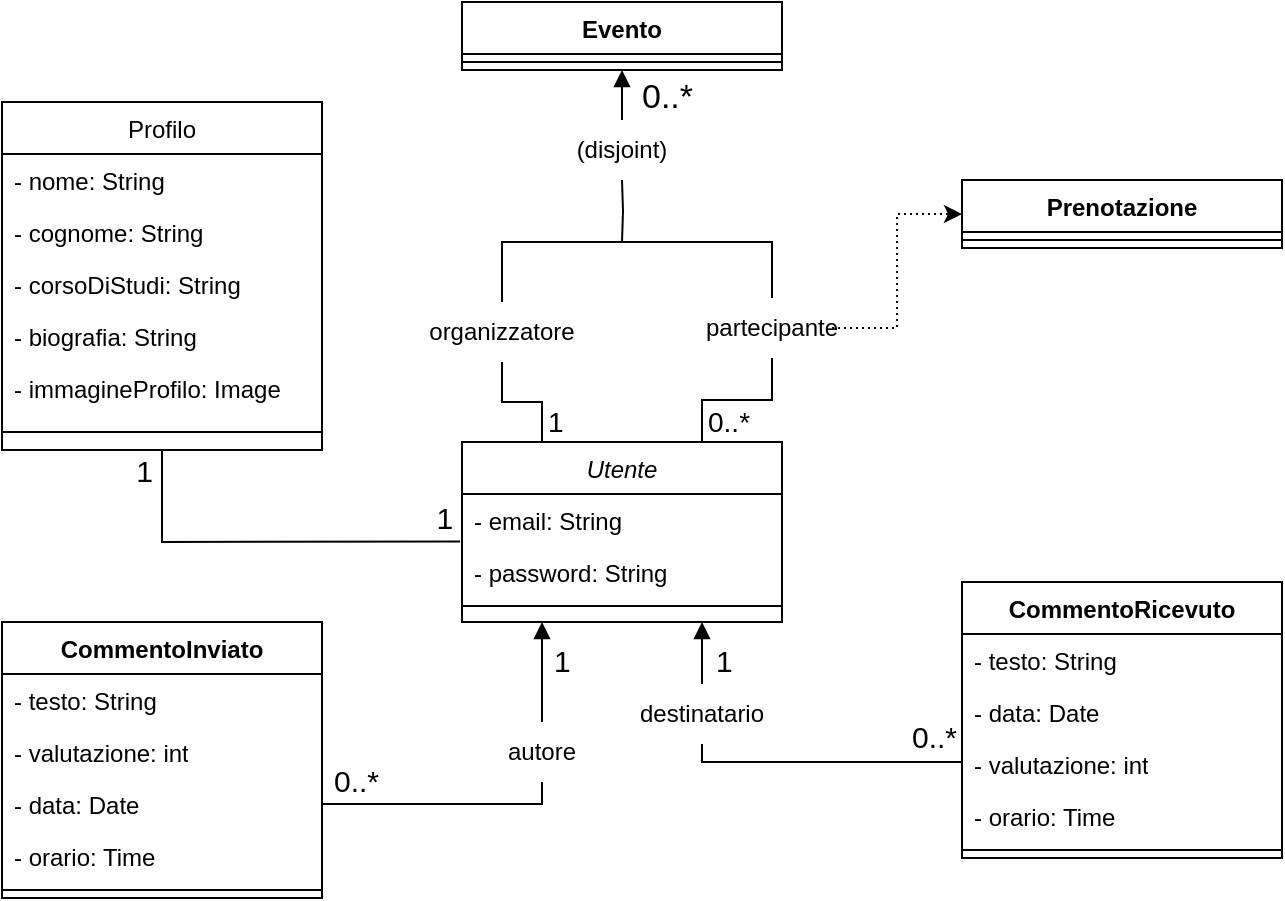
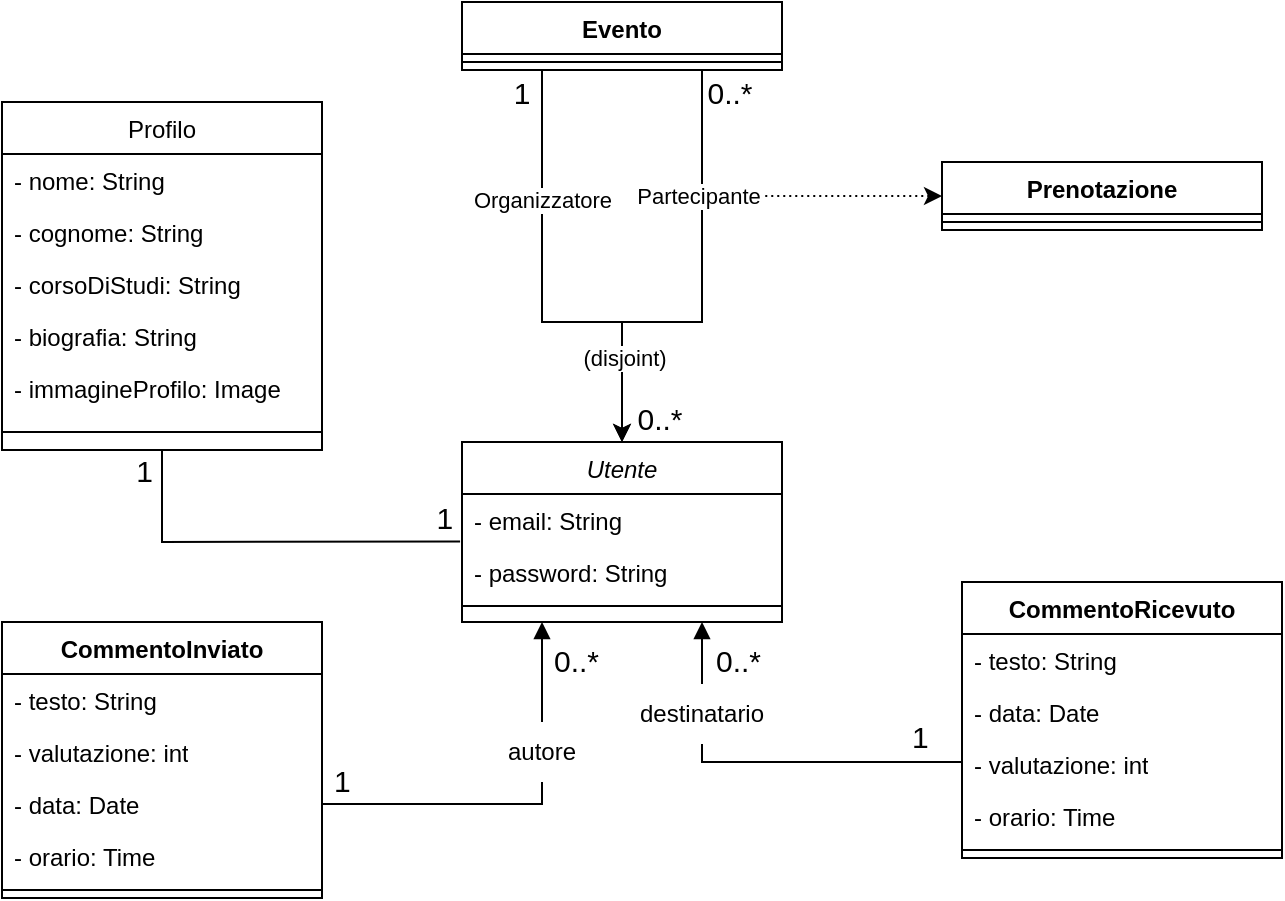
<mxfile host="app.diagrams.net">
  <diagram id="C5RBs43oDa-KdzZeNtuy" name="Page-1">
-     <mxGraphModel dx="1971" dy="1755" grid="1" gridSize="10" guides="1" tooltips="1" connect="1" arrows="1" fold="1" page="1" pageScale="1" pageWidth="827" pageHeight="1169" math="0" shadow="0">
+     <mxGraphModel dx="1563" dy="1545" grid="1" gridSize="10" guides="1" tooltips="1" connect="1" arrows="1" fold="1" page="1" pageScale="1" pageWidth="827" pageHeight="1169" math="0" shadow="0">
      <root>
        <mxCell id="WIyWlLk6GJQsqaUBKTNV-0" />
        <mxCell id="WIyWlLk6GJQsqaUBKTNV-1" parent="WIyWlLk6GJQsqaUBKTNV-0" />
        <mxCell id="zkfFHV4jXpPFQw0GAbJ--0" parent="WIyWlLk6GJQsqaUBKTNV-1" style="swimlane;fontStyle=2;align=center;verticalAlign=top;childLayout=stackLayout;horizontal=1;startSize=26;horizontalStack=0;resizeParent=1;resizeLast=0;collapsible=1;marginBottom=0;rounded=0;shadow=0;strokeWidth=1;" value="Utente" vertex="1">
          <mxGeometry height="90" width="160" x="220" y="120" as="geometry">
            <mxRectangle height="26" width="160" x="230" y="140" as="alternateBounds" />
          </mxGeometry>
        </mxCell>
        <mxCell id="zkfFHV4jXpPFQw0GAbJ--1" parent="zkfFHV4jXpPFQw0GAbJ--0" style="text;align=left;verticalAlign=top;spacingLeft=4;spacingRight=4;overflow=hidden;rotatable=0;points=[[0,0.5],[1,0.5]];portConstraint=eastwest;" value="- email: String" vertex="1">
          <mxGeometry height="26" width="160" y="26" as="geometry" />
        </mxCell>
        <mxCell id="zkfFHV4jXpPFQw0GAbJ--2" parent="zkfFHV4jXpPFQw0GAbJ--0" style="text;align=left;verticalAlign=top;spacingLeft=4;spacingRight=4;overflow=hidden;rotatable=0;points=[[0,0.5],[1,0.5]];portConstraint=eastwest;rounded=0;shadow=0;html=0;" value="- password: String" vertex="1">
          <mxGeometry height="26" width="160" y="52" as="geometry" />
        </mxCell>
        <mxCell id="zkfFHV4jXpPFQw0GAbJ--4" parent="zkfFHV4jXpPFQw0GAbJ--0" style="line;html=1;strokeWidth=1;align=left;verticalAlign=middle;spacingTop=-1;spacingLeft=3;spacingRight=3;rotatable=0;labelPosition=right;points=[];portConstraint=eastwest;" value="" vertex="1">
          <mxGeometry height="8" width="160" y="78" as="geometry" />
        </mxCell>
        <mxCell id="zkfFHV4jXpPFQw0GAbJ--17" parent="WIyWlLk6GJQsqaUBKTNV-1" style="swimlane;fontStyle=0;align=center;verticalAlign=top;childLayout=stackLayout;horizontal=1;startSize=26;horizontalStack=0;resizeParent=1;resizeLast=0;collapsible=1;marginBottom=0;rounded=0;shadow=0;strokeWidth=1;" value="Profilo" vertex="1">
          <mxGeometry height="174" width="160" x="-10" y="-50" as="geometry">
            <mxRectangle height="26" width="160" x="550" y="140" as="alternateBounds" />
          </mxGeometry>
        </mxCell>
        <mxCell id="A1KmLSKrQZBMBl_nuZv8-17" parent="zkfFHV4jXpPFQw0GAbJ--17" style="text;align=left;verticalAlign=top;spacingLeft=4;spacingRight=4;overflow=hidden;rotatable=0;points=[[0,0.5],[1,0.5]];portConstraint=eastwest;" value="- nome: String        " vertex="1">
          <mxGeometry height="26" width="160" y="26" as="geometry" />
        </mxCell>
        <mxCell id="zkfFHV4jXpPFQw0GAbJ--19" parent="zkfFHV4jXpPFQw0GAbJ--17" style="text;align=left;verticalAlign=top;spacingLeft=4;spacingRight=4;overflow=hidden;rotatable=0;points=[[0,0.5],[1,0.5]];portConstraint=eastwest;rounded=0;shadow=0;html=0;" value="- cognome: String" vertex="1">
          <mxGeometry height="26" width="160" y="52" as="geometry" />
        </mxCell>
        <mxCell id="zkfFHV4jXpPFQw0GAbJ--20" parent="zkfFHV4jXpPFQw0GAbJ--17" style="text;align=left;verticalAlign=top;spacingLeft=4;spacingRight=4;overflow=hidden;rotatable=0;points=[[0,0.5],[1,0.5]];portConstraint=eastwest;rounded=0;shadow=0;html=0;" value="- corsoDiStudi: String" vertex="1">
          <mxGeometry height="26" width="160" y="78" as="geometry" />
        </mxCell>
        <mxCell id="zkfFHV4jXpPFQw0GAbJ--21" parent="zkfFHV4jXpPFQw0GAbJ--17" style="text;align=left;verticalAlign=top;spacingLeft=4;spacingRight=4;overflow=hidden;rotatable=0;points=[[0,0.5],[1,0.5]];portConstraint=eastwest;rounded=0;shadow=0;html=0;" value="- biografia: String" vertex="1">
          <mxGeometry height="26" width="160" y="104" as="geometry" />
        </mxCell>
        <mxCell id="zkfFHV4jXpPFQw0GAbJ--22" parent="zkfFHV4jXpPFQw0GAbJ--17" style="text;align=left;verticalAlign=top;spacingLeft=4;spacingRight=4;overflow=hidden;rotatable=0;points=[[0,0.5],[1,0.5]];portConstraint=eastwest;rounded=0;shadow=0;html=0;" value="- immagineProfilo: Image" vertex="1">
          <mxGeometry height="26" width="160" y="130" as="geometry" />
        </mxCell>
        <mxCell id="zkfFHV4jXpPFQw0GAbJ--23" parent="zkfFHV4jXpPFQw0GAbJ--17" style="line;html=1;strokeWidth=1;align=left;verticalAlign=middle;spacingTop=-1;spacingLeft=3;spacingRight=3;rotatable=0;labelPosition=right;points=[];portConstraint=eastwest;" value="" vertex="1">
          <mxGeometry height="18" width="160" y="156" as="geometry" />
        </mxCell>
        <mxCell id="zkfFHV4jXpPFQw0GAbJ--26" edge="1" parent="WIyWlLk6GJQsqaUBKTNV-1" source="zkfFHV4jXpPFQw0GAbJ--2" style="endArrow=none;shadow=0;strokeWidth=1;rounded=0;curved=0;endFill=0;edgeStyle=elbowEdgeStyle;elbow=vertical;exitX=-0.006;exitY=-0.085;exitDx=0;exitDy=0;exitPerimeter=0;" target="zkfFHV4jXpPFQw0GAbJ--17" value="">
          <mxGeometry relative="1" x="0.5" y="41" as="geometry">
            <mxPoint x="-40" y="32" as="offset" />
            <Array as="points">
              <mxPoint x="70" y="170" />
            </Array>
            <mxPoint x="380" y="192" as="sourcePoint" />
            <mxPoint x="540" y="192" as="targetPoint" />
          </mxGeometry>
        </mxCell>
        <mxCell id="zkfFHV4jXpPFQw0GAbJ--27" connectable="0" parent="zkfFHV4jXpPFQw0GAbJ--26" style="resizable=0;align=left;verticalAlign=bottom;labelBackgroundColor=none;fontSize=15;" value="1" vertex="1">
          <mxGeometry relative="1" x="-1" as="geometry">
            <mxPoint x="-14" y="-2" as="offset" />
          </mxGeometry>
        </mxCell>
        <mxCell id="zkfFHV4jXpPFQw0GAbJ--28" connectable="0" parent="zkfFHV4jXpPFQw0GAbJ--26" style="resizable=0;align=right;verticalAlign=bottom;labelBackgroundColor=none;fontSize=15;" value="1" vertex="1">
          <mxGeometry relative="1" x="1" as="geometry">
            <mxPoint x="-3" y="20" as="offset" />
          </mxGeometry>
        </mxCell>
        <mxCell id="A1KmLSKrQZBMBl_nuZv8-25" edge="1" parent="WIyWlLk6GJQsqaUBKTNV-1" source="A1KmLSKrQZBMBl_nuZv8-31" style="endArrow=block;endFill=1;html=1;edgeStyle=orthogonalEdgeStyle;align=left;verticalAlign=top;rounded=0;entryX=0.25;entryY=1;entryDx=0;entryDy=0;" target="zkfFHV4jXpPFQw0GAbJ--0" value="">
          <mxGeometry relative="1" x="-1" as="geometry">
            <mxPoint x="240" y="300" as="sourcePoint" />
            <mxPoint x="400" y="300" as="targetPoint" />
          </mxGeometry>
        </mxCell>
-         <mxCell id="A1KmLSKrQZBMBl_nuZv8-28" connectable="0" parent="WIyWlLk6GJQsqaUBKTNV-1" style="edgeLabel;resizable=0;html=1;align=left;verticalAlign=bottom;" value="&lt;font style=&quot;font-size: 15px;&quot;&gt;1&lt;/font&gt;" vertex="1">
+         <mxCell id="A1KmLSKrQZBMBl_nuZv8-28" connectable="0" parent="WIyWlLk6GJQsqaUBKTNV-1" style="edgeLabel;resizable=0;html=1;align=left;verticalAlign=bottom;" value="&lt;font style=&quot;font-size: 15px;&quot;&gt;0..*&lt;/font&gt;" vertex="1">
          <mxGeometry x="264" y="240" as="geometry" />
        </mxCell>
        <mxCell id="A1KmLSKrQZBMBl_nuZv8-33" edge="1" parent="WIyWlLk6GJQsqaUBKTNV-1" source="A1KmLSKrQZBMBl_nuZv8-36" style="endArrow=block;endFill=1;html=1;edgeStyle=orthogonalEdgeStyle;align=left;verticalAlign=top;rounded=0;exitX=0.5;exitY=0;exitDx=0;exitDy=0;entryX=0.75;entryY=1;entryDx=0;entryDy=0;" target="zkfFHV4jXpPFQw0GAbJ--0" value="">
          <mxGeometry relative="1" x="-1" as="geometry">
            <mxPoint x="341" y="340" as="sourcePoint" />
            <mxPoint x="341" y="220" as="targetPoint" />
          </mxGeometry>
        </mxCell>
-         <mxCell id="A1KmLSKrQZBMBl_nuZv8-35" connectable="0" parent="WIyWlLk6GJQsqaUBKTNV-1" style="edgeLabel;resizable=0;html=1;align=left;verticalAlign=bottom;fontSize=15;" value="1" vertex="1">
+         <mxCell id="A1KmLSKrQZBMBl_nuZv8-35" connectable="0" parent="WIyWlLk6GJQsqaUBKTNV-1" style="edgeLabel;resizable=0;html=1;align=left;verticalAlign=bottom;fontSize=15;" value="0..*" vertex="1">
          <mxGeometry x="345" y="240" as="geometry" />
        </mxCell>
        <mxCell id="A1KmLSKrQZBMBl_nuZv8-37" parent="WIyWlLk6GJQsqaUBKTNV-1" style="swimlane;fontStyle=1;align=center;verticalAlign=top;childLayout=stackLayout;horizontal=1;startSize=26;horizontalStack=0;resizeParent=1;resizeParentMax=0;resizeLast=0;collapsible=1;marginBottom=0;whiteSpace=wrap;html=1;" value="Evento" vertex="1">
          <mxGeometry height="34" width="160" x="220" y="-100" as="geometry" />
        </mxCell>
        <mxCell id="A1KmLSKrQZBMBl_nuZv8-39" parent="A1KmLSKrQZBMBl_nuZv8-37" style="line;strokeWidth=1;fillColor=none;align=left;verticalAlign=middle;spacingTop=-1;spacingLeft=3;spacingRight=3;rotatable=0;labelPosition=right;points=[];portConstraint=eastwest;strokeColor=inherit;" value="" vertex="1">
          <mxGeometry height="8" width="160" y="26" as="geometry" />
        </mxCell>
+         <mxCell id="sJ1sH7wyjwEBY0EeLs8f-31" edge="1" parent="WIyWlLk6GJQsqaUBKTNV-1" source="A1KmLSKrQZBMBl_nuZv8-41" style="edgeStyle=orthogonalEdgeStyle;rounded=0;orthogonalLoop=1;jettySize=auto;html=1;exitX=0;exitY=0.5;exitDx=0;exitDy=0;endArrow=none;endFill=0;startArrow=classic;startFill=1;dashed=1;dashPattern=1 2;">
+           <mxGeometry relative="1" as="geometry">
+             <mxPoint x="370" y="-3" as="targetPoint" />
+           </mxGeometry>
+         </mxCell>
        <mxCell id="A1KmLSKrQZBMBl_nuZv8-41" parent="WIyWlLk6GJQsqaUBKTNV-1" style="swimlane;fontStyle=1;align=center;verticalAlign=top;childLayout=stackLayout;horizontal=1;startSize=26;horizontalStack=0;resizeParent=1;resizeParentMax=0;resizeLast=0;collapsible=1;marginBottom=0;whiteSpace=wrap;html=1;" value="Prenotazione" vertex="1">
-           <mxGeometry height="34" width="160" x="470" y="-11" as="geometry" />
+           <mxGeometry height="34" width="160" x="460" y="-20" as="geometry" />
        </mxCell>
        <mxCell id="A1KmLSKrQZBMBl_nuZv8-43" parent="A1KmLSKrQZBMBl_nuZv8-41" style="line;strokeWidth=1;fillColor=none;align=left;verticalAlign=middle;spacingTop=-1;spacingLeft=3;spacingRight=3;rotatable=0;labelPosition=right;points=[];portConstraint=eastwest;strokeColor=inherit;" value="" vertex="1">
          <mxGeometry height="8" width="160" y="26" as="geometry" />
        </mxCell>
-         <mxCell id="A1KmLSKrQZBMBl_nuZv8-48" edge="1" parent="WIyWlLk6GJQsqaUBKTNV-1" source="sJ1sH7wyjwEBY0EeLs8f-1" style="endArrow=block;endFill=1;html=1;edgeStyle=orthogonalEdgeStyle;align=left;verticalAlign=top;rounded=0;entryX=0.5;entryY=1;entryDx=0;entryDy=0;" target="A1KmLSKrQZBMBl_nuZv8-37" value="">
-           <mxGeometry relative="1" x="-1" as="geometry">
-             <mxPoint x="300" y="20" as="sourcePoint" />
-             <mxPoint x="270" y="-50" as="targetPoint" />
-           </mxGeometry>
-         </mxCell>
-         <mxCell id="A1KmLSKrQZBMBl_nuZv8-52" connectable="0" parent="WIyWlLk6GJQsqaUBKTNV-1" style="edgeLabel;resizable=0;html=1;align=left;verticalAlign=bottom;fontSize=17;" value="0..*" vertex="1">
-           <mxGeometry x="308" y="-41" as="geometry" />
-         </mxCell>
-         <mxCell id="A1KmLSKrQZBMBl_nuZv8-54" edge="1" parent="WIyWlLk6GJQsqaUBKTNV-1" source="zkfFHV4jXpPFQw0GAbJ--0" style="endArrow=none;endFill=0;html=1;edgeStyle=orthogonalEdgeStyle;align=left;verticalAlign=top;rounded=0;exitX=0.25;exitY=0;exitDx=0;exitDy=0;entryX=0.5;entryY=1;entryDx=0;entryDy=0;" target="A1KmLSKrQZBMBl_nuZv8-50" value="">
-           <mxGeometry relative="1" x="-1" as="geometry">
-             <mxPoint x="260" y="120" as="sourcePoint" />
-             <mxPoint x="130" y="-16" as="targetPoint" />
-           </mxGeometry>
-         </mxCell>
-         <mxCell id="A1KmLSKrQZBMBl_nuZv8-55" connectable="0" parent="A1KmLSKrQZBMBl_nuZv8-54" style="edgeLabel;resizable=0;html=1;align=left;verticalAlign=bottom;fontSize=14;" value="1" vertex="1">
-           <mxGeometry relative="1" x="-1" as="geometry">
-             <mxPoint x="1" as="offset" />
-           </mxGeometry>
-         </mxCell>
-         <mxCell id="sJ1sH7wyjwEBY0EeLs8f-0" edge="1" parent="WIyWlLk6GJQsqaUBKTNV-1" source="A1KmLSKrQZBMBl_nuZv8-50" style="edgeStyle=orthogonalEdgeStyle;rounded=0;orthogonalLoop=1;jettySize=auto;html=1;exitX=0.5;exitY=0;exitDx=0;exitDy=0;endArrow=none;endFill=0;entryX=0.5;entryY=0;entryDx=0;entryDy=0;" target="A1KmLSKrQZBMBl_nuZv8-51">
-           <mxGeometry relative="1" as="geometry">
-             <Array as="points">
-               <mxPoint x="240" y="20" />
-               <mxPoint x="375" y="20" />
-             </Array>
-             <mxPoint x="300" y="20" as="targetPoint" />
-           </mxGeometry>
-         </mxCell>
-         <mxCell id="A1KmLSKrQZBMBl_nuZv8-50" parent="WIyWlLk6GJQsqaUBKTNV-1" style="text;html=1;whiteSpace=wrap;strokeColor=none;fillColor=none;align=center;verticalAlign=middle;rounded=0;" value="organizzatore" vertex="1">
-           <mxGeometry height="30" width="60" x="210" y="50" as="geometry" />
-         </mxCell>
-         <mxCell id="A1KmLSKrQZBMBl_nuZv8-56" edge="1" parent="WIyWlLk6GJQsqaUBKTNV-1" source="zkfFHV4jXpPFQw0GAbJ--0" style="endArrow=none;endFill=0;html=1;edgeStyle=orthogonalEdgeStyle;align=left;verticalAlign=top;rounded=0;exitX=0.75;exitY=0;exitDx=0;exitDy=0;" target="A1KmLSKrQZBMBl_nuZv8-51" value="">
-           <mxGeometry relative="1" x="-1" as="geometry">
-             <mxPoint x="340" y="120" as="sourcePoint" />
-             <mxPoint x="270" y="-50" as="targetPoint" />
-           </mxGeometry>
-         </mxCell>
-         <mxCell id="A1KmLSKrQZBMBl_nuZv8-57" connectable="0" parent="A1KmLSKrQZBMBl_nuZv8-56" style="edgeLabel;resizable=0;html=1;align=left;verticalAlign=bottom;fontSize=14;" value="0..*" vertex="1">
-           <mxGeometry relative="1" x="-1" as="geometry">
-             <mxPoint x="1" as="offset" />
-           </mxGeometry>
-         </mxCell>
-         <mxCell id="A1KmLSKrQZBMBl_nuZv8-58" edge="1" parent="WIyWlLk6GJQsqaUBKTNV-1" source="A1KmLSKrQZBMBl_nuZv8-51" style="edgeStyle=orthogonalEdgeStyle;rounded=0;orthogonalLoop=1;jettySize=auto;html=1;exitX=1;exitY=0.5;exitDx=0;exitDy=0;dashed=1;dashPattern=1 2;entryX=0;entryY=0.5;entryDx=0;entryDy=0;" target="A1KmLSKrQZBMBl_nuZv8-41">
-           <mxGeometry relative="1" as="geometry">
-             <mxPoint x="347" y="35" as="sourcePoint" />
-             <mxPoint x="457" y="35.333333333333485" as="targetPoint" />
-           </mxGeometry>
-         </mxCell>
-         <mxCell id="A1KmLSKrQZBMBl_nuZv8-51" parent="WIyWlLk6GJQsqaUBKTNV-1" style="text;html=1;whiteSpace=wrap;strokeColor=none;fillColor=none;align=center;verticalAlign=middle;rounded=0;" value="partecipante" vertex="1">
-           <mxGeometry height="30" width="60" x="345" y="48" as="geometry" />
-         </mxCell>
        <mxCell id="A1KmLSKrQZBMBl_nuZv8-61" edge="1" parent="WIyWlLk6GJQsqaUBKTNV-1" style="endArrow=none;endFill=0;html=1;edgeStyle=orthogonalEdgeStyle;align=left;verticalAlign=top;rounded=0;exitX=0;exitY=0.5;exitDx=0;exitDy=0;entryX=0.5;entryY=1;entryDx=0;entryDy=0;" value="">
          <mxGeometry relative="1" x="-1" as="geometry">
            <Array as="points">
              <mxPoint x="470" y="280" />
              <mxPoint x="340" y="280" />
            </Array>
            <mxPoint x="470" y="281" as="sourcePoint" />
            <mxPoint x="340" y="271" as="targetPoint" />
          </mxGeometry>
        </mxCell>
-         <mxCell id="A1KmLSKrQZBMBl_nuZv8-62" connectable="0" parent="A1KmLSKrQZBMBl_nuZv8-61" style="edgeLabel;resizable=0;html=1;align=left;verticalAlign=bottom;" value="&lt;font style=&quot;font-size: 15px;&quot;&gt;0..*&lt;/font&gt;" vertex="1">
+         <mxCell id="A1KmLSKrQZBMBl_nuZv8-62" connectable="0" parent="A1KmLSKrQZBMBl_nuZv8-61" style="edgeLabel;resizable=0;html=1;align=left;verticalAlign=bottom;" value="&lt;font style=&quot;font-size: 15px;&quot;&gt;1&lt;/font&gt;" vertex="1">
          <mxGeometry relative="1" x="-1" as="geometry">
            <mxPoint x="-27" y="-3" as="offset" />
          </mxGeometry>
        </mxCell>
        <mxCell id="A1KmLSKrQZBMBl_nuZv8-36" parent="WIyWlLk6GJQsqaUBKTNV-1" style="text;html=1;whiteSpace=wrap;strokeColor=none;fillColor=none;align=center;verticalAlign=middle;rounded=0;" value="destinatario" vertex="1">
          <mxGeometry height="30" width="60" x="310" y="241" as="geometry" />
        </mxCell>
        <mxCell id="A1KmLSKrQZBMBl_nuZv8-63" edge="1" parent="WIyWlLk6GJQsqaUBKTNV-1" source="sJ1sH7wyjwEBY0EeLs8f-15" style="endArrow=none;endFill=0;html=1;edgeStyle=orthogonalEdgeStyle;align=left;verticalAlign=top;rounded=0;exitX=1;exitY=0.5;exitDx=0;exitDy=0;entryX=0.5;entryY=1;entryDx=0;entryDy=0;" target="A1KmLSKrQZBMBl_nuZv8-31" value="">
          <mxGeometry relative="1" x="-1" as="geometry">
            <mxPoint x="260" y="360" as="sourcePoint" />
            <mxPoint x="260" y="210" as="targetPoint" />
          </mxGeometry>
        </mxCell>
-         <mxCell id="A1KmLSKrQZBMBl_nuZv8-64" connectable="0" parent="A1KmLSKrQZBMBl_nuZv8-63" style="edgeLabel;resizable=0;html=1;align=left;verticalAlign=bottom;fontSize=15;" value="0..*" vertex="1">
+         <mxCell id="A1KmLSKrQZBMBl_nuZv8-64" connectable="0" parent="A1KmLSKrQZBMBl_nuZv8-63" style="edgeLabel;resizable=0;html=1;align=left;verticalAlign=bottom;fontSize=15;" value="1" vertex="1">
          <mxGeometry relative="1" x="-1" as="geometry">
            <mxPoint x="4" y="-1" as="offset" />
          </mxGeometry>
        </mxCell>
        <mxCell id="A1KmLSKrQZBMBl_nuZv8-31" parent="WIyWlLk6GJQsqaUBKTNV-1" style="text;html=1;whiteSpace=wrap;strokeColor=none;fillColor=none;align=center;verticalAlign=middle;rounded=0;" value="autore" vertex="1">
          <mxGeometry height="30" width="60" x="230" y="260" as="geometry" />
        </mxCell>
-         <mxCell id="sJ1sH7wyjwEBY0EeLs8f-3" edge="1" parent="WIyWlLk6GJQsqaUBKTNV-1" style="endArrow=none;endFill=0;html=1;edgeStyle=orthogonalEdgeStyle;align=left;verticalAlign=top;rounded=0;entryX=0.5;entryY=1;entryDx=0;entryDy=0;" target="sJ1sH7wyjwEBY0EeLs8f-1" value="">
-           <mxGeometry relative="1" x="-1" as="geometry">
-             <mxPoint x="300" y="20" as="sourcePoint" />
-             <mxPoint x="300" y="-66" as="targetPoint" />
-           </mxGeometry>
-         </mxCell>
-         <mxCell id="sJ1sH7wyjwEBY0EeLs8f-1" parent="WIyWlLk6GJQsqaUBKTNV-1" style="text;html=1;whiteSpace=wrap;strokeColor=none;fillColor=none;align=center;verticalAlign=middle;rounded=0;" value="&lt;div&gt;&lt;span style=&quot;background-color: transparent; color: light-dark(rgb(0, 0, 0), rgb(255, 255, 255));&quot;&gt;(disjoint)&lt;/span&gt;&lt;/div&gt;" vertex="1">
-           <mxGeometry height="30" width="60" x="270" y="-41" as="geometry" />
-         </mxCell>
        <mxCell id="sJ1sH7wyjwEBY0EeLs8f-8" parent="WIyWlLk6GJQsqaUBKTNV-1" style="swimlane;fontStyle=1;align=center;verticalAlign=top;childLayout=stackLayout;horizontal=1;startSize=26;horizontalStack=0;resizeParent=1;resizeParentMax=0;resizeLast=0;collapsible=1;marginBottom=0;whiteSpace=wrap;html=1;" value="CommentoInviato" vertex="1">
          <mxGeometry height="138" width="160" x="-10" y="210" as="geometry" />
        </mxCell>
        <mxCell id="sJ1sH7wyjwEBY0EeLs8f-9" parent="sJ1sH7wyjwEBY0EeLs8f-8" style="text;strokeColor=none;fillColor=none;align=left;verticalAlign=top;spacingLeft=4;spacingRight=4;overflow=hidden;rotatable=0;points=[[0,0.5],[1,0.5]];portConstraint=eastwest;whiteSpace=wrap;html=1;" value="- testo: String" vertex="1">
          <mxGeometry height="26" width="160" y="26" as="geometry" />
        </mxCell>
        <mxCell id="sJ1sH7wyjwEBY0EeLs8f-14" parent="sJ1sH7wyjwEBY0EeLs8f-8" style="text;strokeColor=none;fillColor=none;align=left;verticalAlign=top;spacingLeft=4;spacingRight=4;overflow=hidden;rotatable=0;points=[[0,0.5],[1,0.5]];portConstraint=eastwest;whiteSpace=wrap;html=1;" value="- valutazione: int" vertex="1">
          <mxGeometry height="26" width="160" y="52" as="geometry" />
        </mxCell>
        <mxCell id="sJ1sH7wyjwEBY0EeLs8f-15" parent="sJ1sH7wyjwEBY0EeLs8f-8" style="text;strokeColor=none;fillColor=none;align=left;verticalAlign=top;spacingLeft=4;spacingRight=4;overflow=hidden;rotatable=0;points=[[0,0.5],[1,0.5]];portConstraint=eastwest;whiteSpace=wrap;html=1;" value="- data: Date" vertex="1">
          <mxGeometry height="26" width="160" y="78" as="geometry" />
        </mxCell>
        <mxCell id="sJ1sH7wyjwEBY0EeLs8f-16" parent="sJ1sH7wyjwEBY0EeLs8f-8" style="text;strokeColor=none;fillColor=none;align=left;verticalAlign=top;spacingLeft=4;spacingRight=4;overflow=hidden;rotatable=0;points=[[0,0.5],[1,0.5]];portConstraint=eastwest;whiteSpace=wrap;html=1;" value="- orario: Time" vertex="1">
          <mxGeometry height="26" width="160" y="104" as="geometry" />
        </mxCell>
        <mxCell id="sJ1sH7wyjwEBY0EeLs8f-10" parent="sJ1sH7wyjwEBY0EeLs8f-8" style="line;strokeWidth=1;fillColor=none;align=left;verticalAlign=middle;spacingTop=-1;spacingLeft=3;spacingRight=3;rotatable=0;labelPosition=right;points=[];portConstraint=eastwest;strokeColor=inherit;" value="" vertex="1">
          <mxGeometry height="8" width="160" y="130" as="geometry" />
        </mxCell>
        <mxCell id="sJ1sH7wyjwEBY0EeLs8f-17" parent="WIyWlLk6GJQsqaUBKTNV-1" style="swimlane;fontStyle=1;align=center;verticalAlign=top;childLayout=stackLayout;horizontal=1;startSize=26;horizontalStack=0;resizeParent=1;resizeParentMax=0;resizeLast=0;collapsible=1;marginBottom=0;whiteSpace=wrap;html=1;" value="CommentoRicevuto" vertex="1">
          <mxGeometry height="138" width="160" x="470" y="190" as="geometry" />
        </mxCell>
        <mxCell id="sJ1sH7wyjwEBY0EeLs8f-18" parent="sJ1sH7wyjwEBY0EeLs8f-17" style="text;strokeColor=none;fillColor=none;align=left;verticalAlign=top;spacingLeft=4;spacingRight=4;overflow=hidden;rotatable=0;points=[[0,0.5],[1,0.5]];portConstraint=eastwest;whiteSpace=wrap;html=1;" value="- testo: String" vertex="1">
          <mxGeometry height="26" width="160" y="26" as="geometry" />
        </mxCell>
        <mxCell id="sJ1sH7wyjwEBY0EeLs8f-20" parent="sJ1sH7wyjwEBY0EeLs8f-17" style="text;strokeColor=none;fillColor=none;align=left;verticalAlign=top;spacingLeft=4;spacingRight=4;overflow=hidden;rotatable=0;points=[[0,0.5],[1,0.5]];portConstraint=eastwest;whiteSpace=wrap;html=1;" value="- data: Date" vertex="1">
          <mxGeometry height="26" width="160" y="52" as="geometry" />
        </mxCell>
        <mxCell id="sJ1sH7wyjwEBY0EeLs8f-19" parent="sJ1sH7wyjwEBY0EeLs8f-17" style="text;strokeColor=none;fillColor=none;align=left;verticalAlign=top;spacingLeft=4;spacingRight=4;overflow=hidden;rotatable=0;points=[[0,0.5],[1,0.5]];portConstraint=eastwest;whiteSpace=wrap;html=1;" value="- valutazione: int" vertex="1">
          <mxGeometry height="26" width="160" y="78" as="geometry" />
        </mxCell>
        <mxCell id="sJ1sH7wyjwEBY0EeLs8f-21" parent="sJ1sH7wyjwEBY0EeLs8f-17" style="text;strokeColor=none;fillColor=none;align=left;verticalAlign=top;spacingLeft=4;spacingRight=4;overflow=hidden;rotatable=0;points=[[0,0.5],[1,0.5]];portConstraint=eastwest;whiteSpace=wrap;html=1;" value="- orario: Time" vertex="1">
          <mxGeometry height="26" width="160" y="104" as="geometry" />
        </mxCell>
        <mxCell id="sJ1sH7wyjwEBY0EeLs8f-22" parent="sJ1sH7wyjwEBY0EeLs8f-17" style="line;strokeWidth=1;fillColor=none;align=left;verticalAlign=middle;spacingTop=-1;spacingLeft=3;spacingRight=3;rotatable=0;labelPosition=right;points=[];portConstraint=eastwest;strokeColor=inherit;" value="" vertex="1">
          <mxGeometry height="8" width="160" y="130" as="geometry" />
+         </mxCell>
+         <mxCell id="sJ1sH7wyjwEBY0EeLs8f-27" connectable="0" parent="WIyWlLk6GJQsqaUBKTNV-1" style="group" value="" vertex="1">
+           <mxGeometry height="93" width="40" x="300" y="27" as="geometry" />
+         </mxCell>
+         <mxCell id="sJ1sH7wyjwEBY0EeLs8f-25" edge="1" parent="sJ1sH7wyjwEBY0EeLs8f-27" source="A1KmLSKrQZBMBl_nuZv8-37" style="edgeStyle=orthogonalEdgeStyle;rounded=0;orthogonalLoop=1;jettySize=auto;html=1;exitX=0.25;exitY=1;exitDx=0;exitDy=0;entryX=0.5;entryY=0;entryDx=0;entryDy=0;" target="zkfFHV4jXpPFQw0GAbJ--0">
+           <mxGeometry relative="1" as="geometry">
+             <Array as="points">
+               <mxPoint x="-40" y="33" />
+               <mxPoint y="33" />
+             </Array>
+           </mxGeometry>
+         </mxCell>
+         <mxCell id="sJ1sH7wyjwEBY0EeLs8f-28" connectable="0" parent="sJ1sH7wyjwEBY0EeLs8f-25" style="edgeLabel;html=1;align=center;verticalAlign=middle;resizable=0;points=[];" value="Organizzatore" vertex="1">
+           <mxGeometry relative="1" x="-0.4297" as="geometry">
+             <mxPoint as="offset" />
+           </mxGeometry>
+         </mxCell>
+         <mxCell id="sJ1sH7wyjwEBY0EeLs8f-26" edge="1" parent="sJ1sH7wyjwEBY0EeLs8f-27" source="A1KmLSKrQZBMBl_nuZv8-37" style="edgeStyle=orthogonalEdgeStyle;rounded=0;orthogonalLoop=1;jettySize=auto;html=1;exitX=0.75;exitY=1;exitDx=0;exitDy=0;">
+           <mxGeometry relative="1" as="geometry">
+             <Array as="points">
+               <mxPoint x="40" y="33" />
+               <mxPoint y="33" />
+             </Array>
+             <mxPoint y="93" as="targetPoint" />
+           </mxGeometry>
+         </mxCell>
+         <mxCell id="sJ1sH7wyjwEBY0EeLs8f-29" connectable="0" parent="sJ1sH7wyjwEBY0EeLs8f-26" style="edgeLabel;html=1;align=center;verticalAlign=middle;resizable=0;points=[];" value="Partecipante" vertex="1">
+           <mxGeometry relative="1" x="-0.4439" y="-2" as="geometry">
+             <mxPoint as="offset" />
+           </mxGeometry>
+         </mxCell>
+         <mxCell id="sJ1sH7wyjwEBY0EeLs8f-30" connectable="0" parent="sJ1sH7wyjwEBY0EeLs8f-26" style="edgeLabel;html=1;align=center;verticalAlign=middle;resizable=0;points=[];" value="(disjoint)" vertex="1">
+           <mxGeometry relative="1" x="0.7101" y="1" as="geometry">
+             <mxPoint y="-9" as="offset" />
+           </mxGeometry>
+         </mxCell>
+         <mxCell id="sJ1sH7wyjwEBY0EeLs8f-32" parent="WIyWlLk6GJQsqaUBKTNV-1" style="text;html=1;whiteSpace=wrap;strokeColor=none;fillColor=none;align=center;verticalAlign=middle;rounded=0;" value="&lt;font style=&quot;font-size: 15px;&quot;&gt;1&lt;/font&gt;" vertex="1">
+           <mxGeometry height="30" width="60" x="220" y="-70" as="geometry" />
+         </mxCell>
+         <mxCell id="sJ1sH7wyjwEBY0EeLs8f-33" parent="WIyWlLk6GJQsqaUBKTNV-1" style="text;html=1;whiteSpace=wrap;strokeColor=none;fillColor=none;align=center;verticalAlign=middle;rounded=0;" value="&lt;font style=&quot;font-size: 15px;&quot;&gt;0..*&lt;/font&gt;" vertex="1">
+           <mxGeometry height="30" width="60" x="324" y="-70" as="geometry" />
+         </mxCell>
+         <mxCell id="sJ1sH7wyjwEBY0EeLs8f-34" parent="WIyWlLk6GJQsqaUBKTNV-1" style="text;html=1;whiteSpace=wrap;strokeColor=none;fillColor=none;align=center;verticalAlign=middle;rounded=0;" value="&lt;font style=&quot;font-size: 15px;&quot;&gt;0..*&lt;/font&gt;" vertex="1">
+           <mxGeometry height="30" width="60" x="289" y="93" as="geometry" />
        </mxCell>
      </root>
    </mxGraphModel>
  </diagram>
</mxfile>
